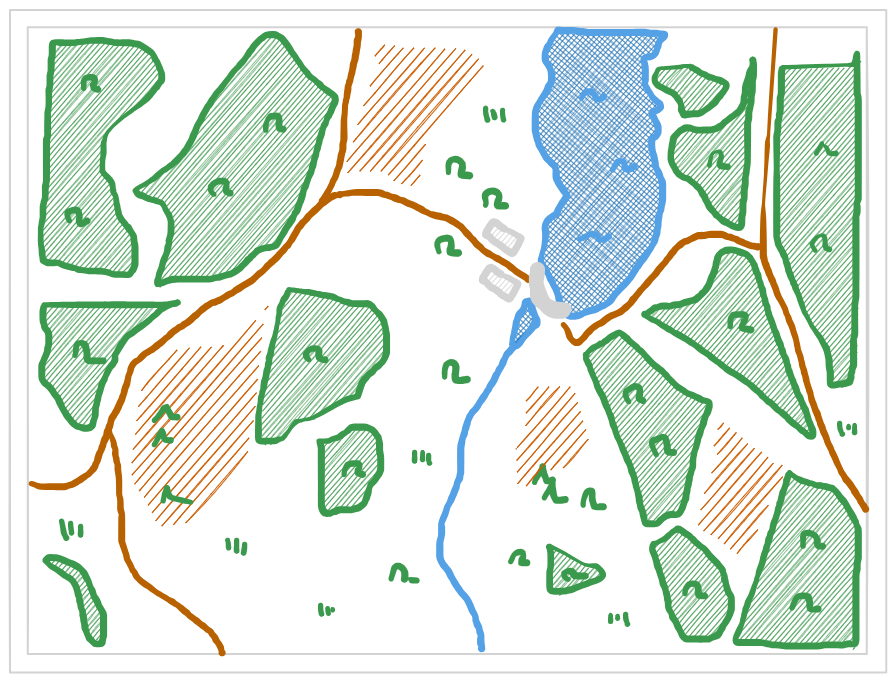
Before: scenarios/ressources/tudulinna-layout.excalidraw.png, a diagram exported from Excalidraw (christsven/H.E.A.T). Source tidied: one line per element, renumbered; positions are measured from the earlier drawing's top-left corner, leaving out a move shared by most shapes.
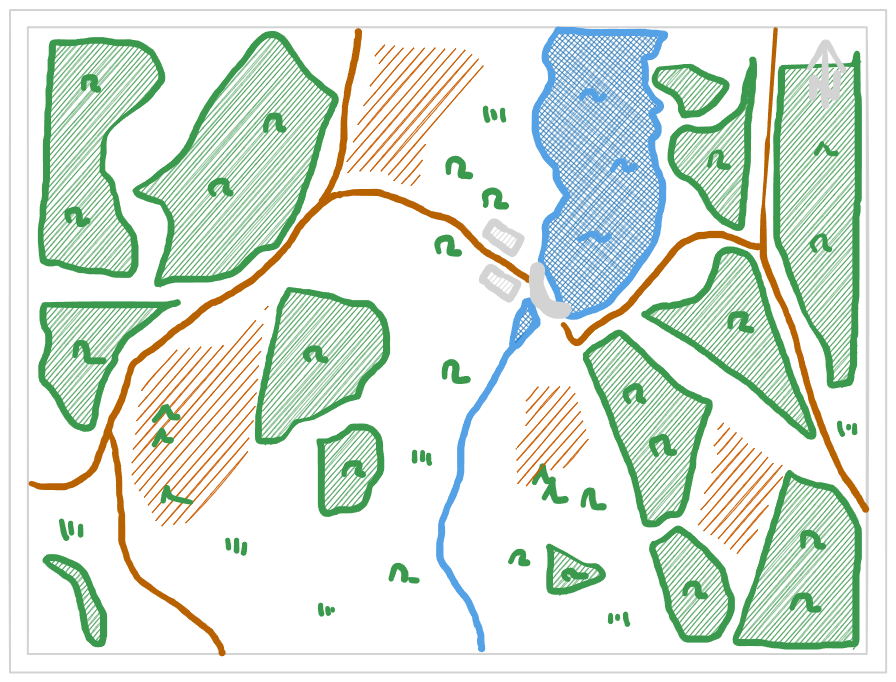
Later version of the same file.

Commit message:
add north direction

What changed in the source:
```diff
@@ -85,3 +85,7 @@
 {"id": 84, "type": "freedraw", "strokeColor": "#2f9e44", "strokeWidth": 1, "roughness": 1, "x": 71, "y": 516, "width": 0, "height": 9, "points": [[0, 0], [0, 1], [0, 2], [0, 3], [0, 4], [0, 5], [0, 6], [0, 7], [0, 8], [0, 9], [0, 9]]}
 {"id": 85, "type": "line", "strokeColor": "#1e1e1e", "strokeWidth": 2, "roughness": 1, "round": true, "x": 527, "y": 261, "width": 1, "height": 29, "points": [[0, 0], [-1, 29]]}
 {"id": 86, "type": "freedraw", "strokeColor": "#1e1e1e", "strokeWidth": 2, "roughness": 1, "x": 528, "y": 257, "width": 29, "height": 44, "points": [[0, 0], [0, 5], [-1, 9], [-1, 14], [-1, 19], [-1, 24], [-1, 29], [0, 33], [4, 34], [7, 36], [11, 38], [15, 40], [19, 42], [24, 42], [28, 43], [24, 44], [19, 44], [14, 44], [11, 42], [9, 39], [7, 36], [5, 33], [3, 30], [2, 25], [1, 21], [-1, 18], [-1, 13], [-1, 8], [0, 0]]}
+{"id": 87, "type": "freedraw", "strokeColor": "#1e1e1e", "backgroundColor": "#40c057", "fillStyle": "hachure", "strokeWidth": 1, "roughness": 1, "x": 800, "y": 58, "width": 34, "height": 29, "points": [[0, 0], [1, -2], [2, -3], [3, -5], [4, -6], [5, -8], [6, -9], [7, -11], [7, -12], [8, -13], [9, -14], [9, -15], [10, -17], [11, -19], [12, -21], [15, -24], [16, -26], [17, -26], [27, -8], [28, -7], [29, -5], [30, -4], [30, -2], [31, -1], [32, 0], [32, 1], [33, 2]]}
+{"id": 88, "type": "freedraw", "strokeColor": "#1e1e1e", "backgroundColor": "#40c057", "fillStyle": "hachure", "strokeWidth": 1, "roughness": 1, "x": 815, "y": 35, "width": 1, "height": 60, "points": [[0, 0], [0, 8], [0, 10], [0, 12], [0, 13], [0, 15], [0, 17], [0, 19], [0, 20], [0, 22], [0, 24], [0, 25], [0, 27], [0, 30], [0, 32], [0, 34], [0, 36], [0, 37], [0, 39], [0, 41], [0, 45], [0, 47], [0, 49], [0, 51], [0, 52], [0, 54], [0, 56], [0, 57], [0, 59], [0, 60]]}
+{"id": 89, "type": "freedraw", "strokeColor": "#1e1e1e", "backgroundColor": "#40c057", "fillStyle": "hachure", "strokeWidth": 1, "roughness": 1, "x": 803, "y": 88, "width": 24, "height": 25, "points": [[0, 0], [1, -2], [1, -5], [1, -8], [1, -11], [1, -14], [1, -17], [1, -20], [2, -19], [5, -15], [8, -12], [12, -10], [15, -7], [17, -5], [19, -3], [21, -1], [23, 0], [23, -4], [23, -7], [23, -10], [23, -12], [24, -15], [24, -18], [24, -21], [24, -24]]}
+{"id": 90, "type": "freedraw", "strokeColor": "#1e1e1e", "backgroundColor": "#40c057", "fillStyle": "hachure", "strokeWidth": 1, "roughness": 1, "x": 801, "y": 88, "width": 1, "height": 19, "points": [[0, 0], [0, -1], [0, -2], [0, -3], [0, -4], [0, -5], [0, -5], [1, -6], [1, -7], [1, -7], [1, -8], [1, -9], [1, -10], [1, -11], [1, -12], [1, -12], [1, -13], [1, -14], [1, -15], [1, -16], [1, -17], [1, -17], [1, -18], [1, -19], [1, -19]]}
```
